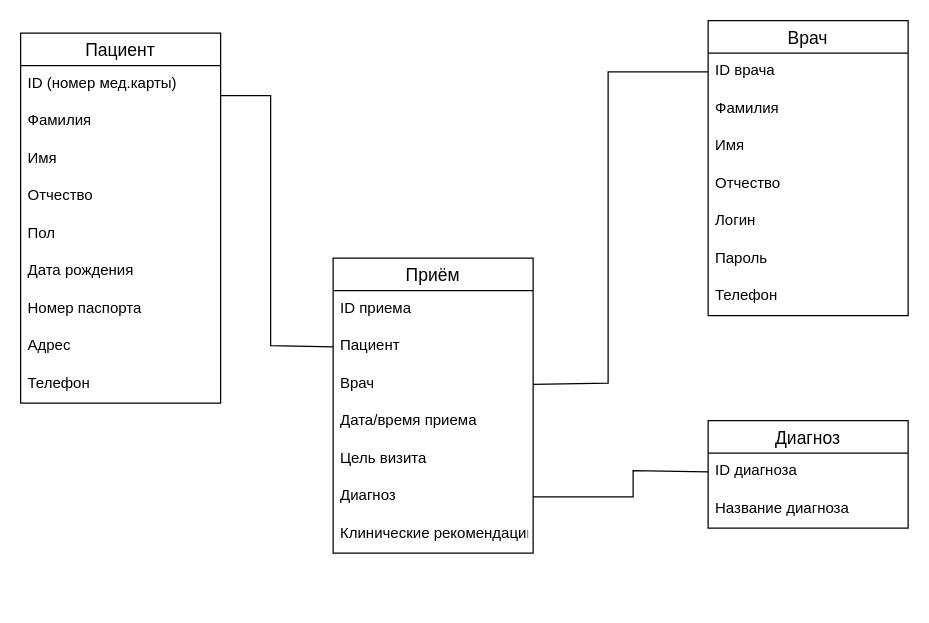
Earlier version of the draw.io diagram ER-диаграмма БД.drawio (SvetlanaCH01/-). Source tidied: cells renumbered, new cells numbered last; positions are measured from the earlier drawing's top-left corner, leaving out a move shared by most shapes. Both pictures are drawn from the tidied source at 125%, with x=0, y=0 at pixel (20, 20).
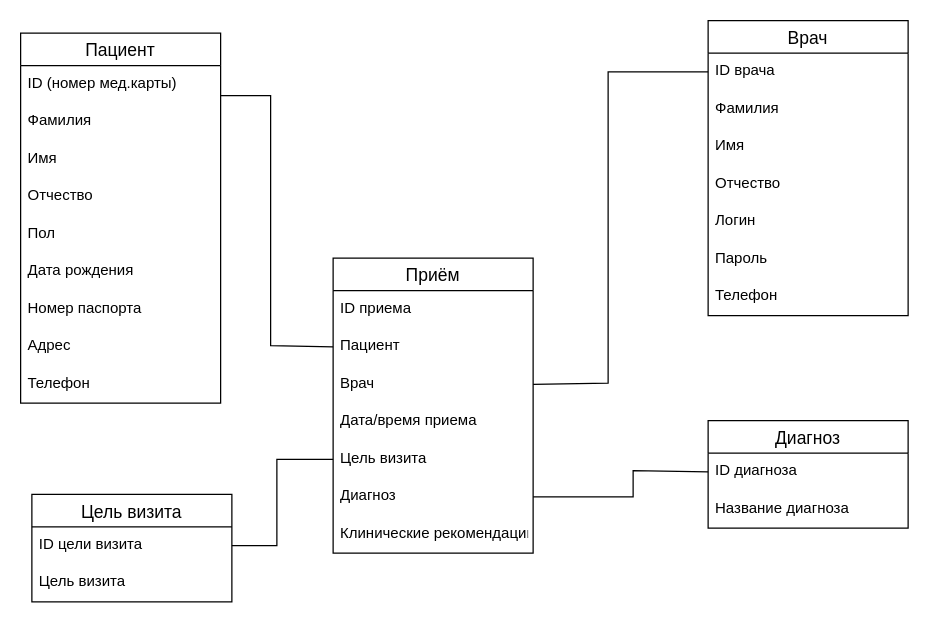
After the change.

Unchanged cells that the change refers to:
```xml
<mxCell id="28" value="Цель визита" style="text;strokeColor=none;fillColor=none;spacingLeft=4;spacingRight=4;overflow=hidden;points=[[0,0.5],[1,0.5]];portConstraint=eastwest;fontSize=12;" parent="23" vertex="1">
  <mxGeometry y="146" width="160" height="30" as="geometry" />
</mxCell>
```

The edit, as a diff of the source:
```diff
@@
+    <mxCell id="34" value="Цель визита" style="swimlane;fontStyle=0;horizontal=1;startSize=26;align=center;fontSize=14;" parent="1" vertex="1">
+      <mxGeometry x="9" y="379" width="160" height="86" as="geometry" />
+    </mxCell>
+    <mxCell id="35" value="ID цели визита" style="text;strokeColor=none;fillColor=none;spacingLeft=4;spacingRight=4;overflow=hidden;points=[[0,0.5],[1,0.5]];portConstraint=eastwest;fontSize=12;" parent="34" vertex="1">
+      <mxGeometry y="26" width="160" height="30" as="geometry" />
+    </mxCell>
+    <mxCell id="36" value="Цель визита" style="text;strokeColor=none;fillColor=none;spacingLeft=4;spacingRight=4;overflow=hidden;fontSize=12;" parent="34" vertex="1">
+      <mxGeometry y="56" width="160" height="30" as="geometry" />
+    </mxCell>
+    <mxCell id="37" style="endArrow=none;html=1;rounded=0;exitX=1;exitY=0.5;exitDx=0;exitDy=0;entryX=0;entryY=0.5;entryDx=0;entryDy=0;" parent="1" edge="1" source="35" target="28">
+      <mxGeometry relative="1" as="geometry">
+        <Array as="points">
+          <mxPoint x="205" y="420" />
+          <mxPoint x="205" y="351" />
+        </Array>
+      </mxGeometry>
+    </mxCell>
```
